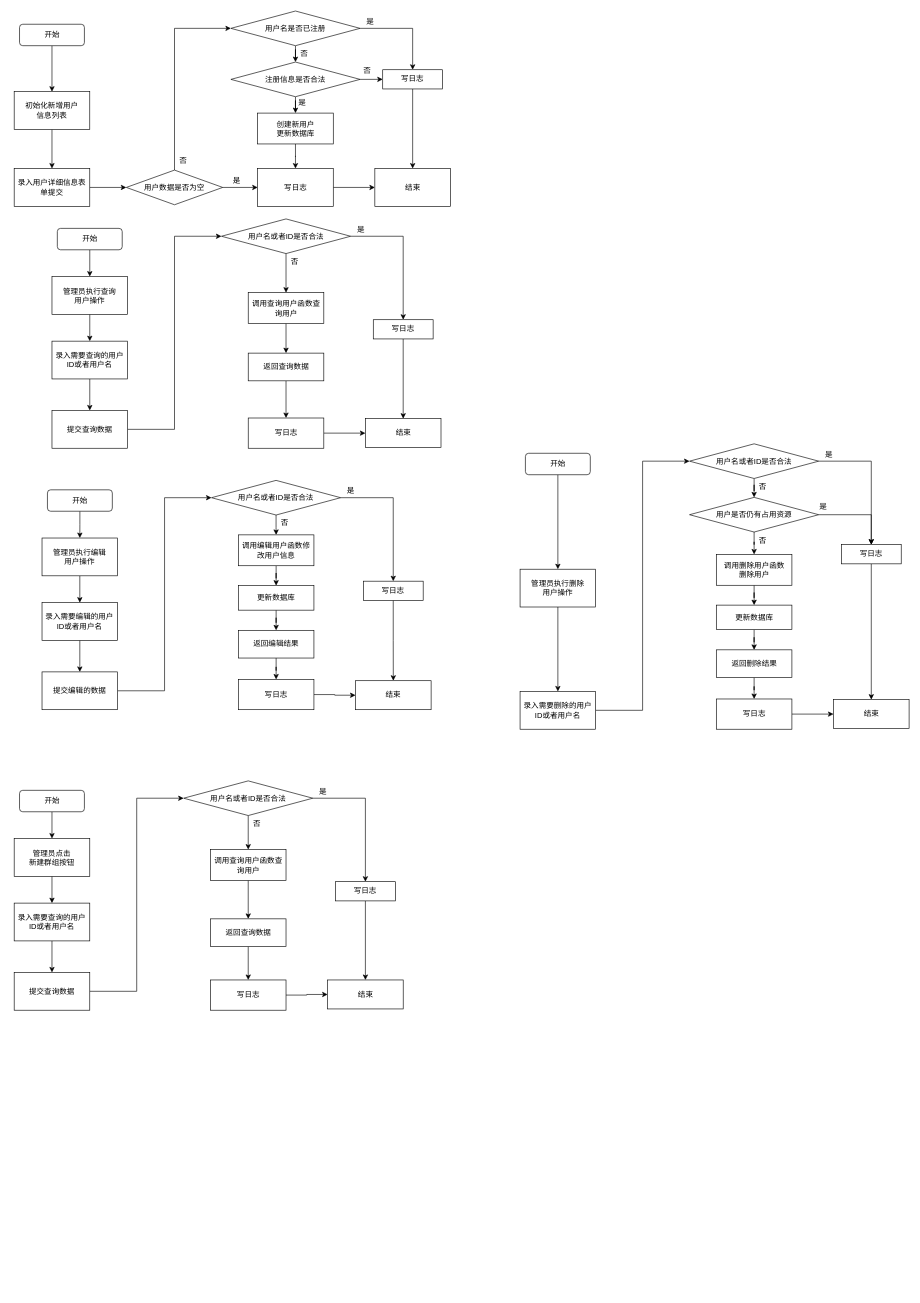
The draw.io diagram 程序逻辑流程图.drawio in ZhihangTang/Cruise, before the edit. Source tidied: cells renumbered, new cells numbered last; positions are measured from the earlier drawing's top-left corner, leaving out a move shared by most shapes. Both pictures are drawn from the tidied source at 63%, with x=0, y=0 at pixel (14, 11).
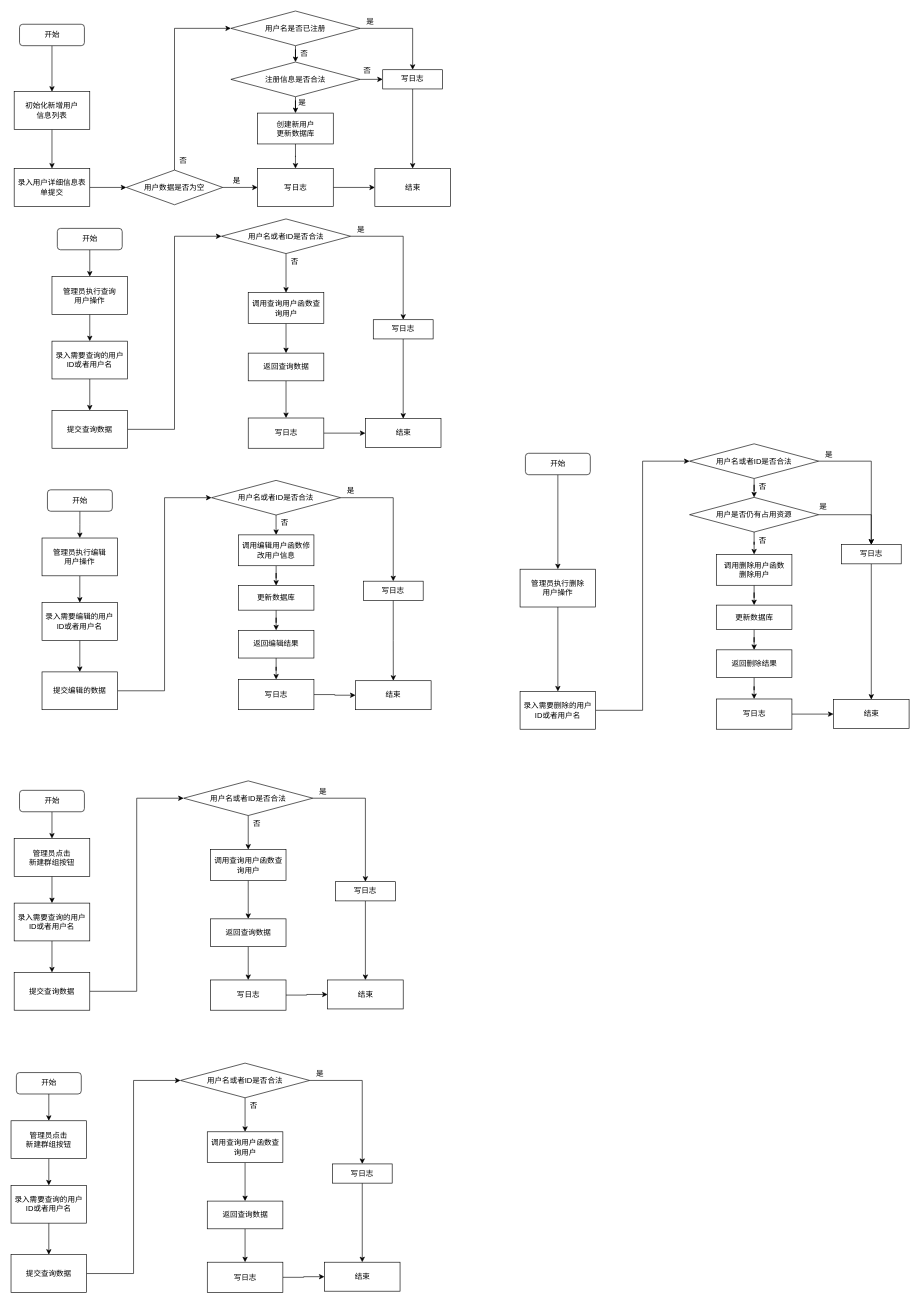
The same diagram, later.

Commit message (it also covers changes not shown here):
Update 程序逻辑流程图.drawio

Diff of the diagram source:
```diff
@@
+    <mxCell id="125" style="edgeStyle=orthogonalEdgeStyle;rounded=0;jettySize=auto;html=1;" parent="1" edge="1" source="126" target="128">
+      <mxGeometry relative="1" as="geometry" />
+    </mxCell>
+    <mxCell id="126" value="开始" style="rounded=1;whiteSpace=wrap;html=1;" parent="1" vertex="1">
+      <mxGeometry x="3.5" y="1685" width="103" height="34" as="geometry" />
+    </mxCell>
+    <mxCell id="127" style="edgeStyle=orthogonalEdgeStyle;rounded=0;jettySize=auto;html=1;" parent="1" edge="1" source="128" target="131">
+      <mxGeometry relative="1" as="geometry" />
+    </mxCell>
+    <mxCell id="128" value="管理员点击&lt;br&gt;新建群组按钮" style="rounded=0;whiteSpace=wrap;html=1;" parent="1" vertex="1">
+      <mxGeometry x="-5" y="1761.5" width="120" height="60" as="geometry" />
+    </mxCell>
+    <mxCell id="129" style="edgeStyle=orthogonalEdgeStyle;rounded=0;jettySize=auto;html=1;exitX=1;exitY=0.5;exitDx=0;exitDy=0;entryX=0;entryY=0.5;entryDx=0;entryDy=0;" parent="1" edge="1" source="144" target="135">
+      <mxGeometry relative="1" as="geometry" />
+    </mxCell>
+    <mxCell id="130" style="edgeStyle=orthogonalEdgeStyle;rounded=0;jettySize=auto;html=1;" parent="1" edge="1" source="131" target="144">
+      <mxGeometry relative="1" as="geometry" />
+    </mxCell>
+    <mxCell id="131" value="录入需要查询的用户ID或者用户名" style="rounded=0;whiteSpace=wrap;html=1;" parent="1" vertex="1">
+      <mxGeometry x="-5" y="1864" width="120" height="60" as="geometry" />
+    </mxCell>
+    <mxCell id="132" value="结束" style="whiteSpace=wrap;html=1;" parent="1" vertex="1">
+      <mxGeometry x="492.5" y="1986" width="120" height="46" as="geometry" />
+    </mxCell>
+    <mxCell id="133" style="edgeStyle=orthogonalEdgeStyle;rounded=0;jettySize=auto;html=1;entryX=0.5;entryY=0;entryDx=0;entryDy=0;" parent="1" edge="1" source="135" target="139">
+      <mxGeometry relative="1" as="geometry" />
+    </mxCell>
+    <mxCell id="134" style="edgeStyle=orthogonalEdgeStyle;rounded=0;jettySize=auto;html=1;exitX=1;exitY=0.5;exitDx=0;exitDy=0;entryX=0.5;entryY=0;entryDx=0;entryDy=0;" parent="1" edge="1" source="135" target="141">
+      <mxGeometry relative="1" as="geometry" />
+    </mxCell>
+    <mxCell id="135" value="用户名或者ID是否合法" style="rhombus;whiteSpace=wrap;html=1;" parent="1" vertex="1">
+      <mxGeometry x="264" y="1670" width="205" height="55" as="geometry" />
+    </mxCell>
+    <mxCell id="136" style="edgeStyle=orthogonalEdgeStyle;rounded=0;jettySize=auto;html=1;exitX=1;exitY=0.5;exitDx=0;exitDy=0;entryX=0;entryY=0.5;entryDx=0;entryDy=0;" parent="1" edge="1" source="137" target="132">
+      <mxGeometry relative="1" as="geometry" />
+    </mxCell>
+    <mxCell id="137" value="写日志" style="whiteSpace=wrap;html=1;" parent="1" vertex="1">
+      <mxGeometry x="306.5" y="1986" width="120" height="48" as="geometry" />
+    </mxCell>
+    <mxCell id="138" style="edgeStyle=orthogonalEdgeStyle;rounded=0;jettySize=auto;html=1;" parent="1" edge="1" source="139" target="146">
+      <mxGeometry relative="1" as="geometry" />
+    </mxCell>
+    <mxCell id="139" value="调用查询用户函数查询用户" style="whiteSpace=wrap;html=1;" parent="1" vertex="1">
+      <mxGeometry x="306.5" y="1779" width="120" height="49" as="geometry" />
+    </mxCell>
+    <mxCell id="140" style="edgeStyle=orthogonalEdgeStyle;rounded=0;jettySize=auto;html=1;exitX=0.5;exitY=1;exitDx=0;exitDy=0;" parent="1" edge="1" source="141" target="132">
+      <mxGeometry relative="1" as="geometry" />
+    </mxCell>
+    <mxCell id="141" value="写日志" style="whiteSpace=wrap;html=1;" parent="1" vertex="1">
+      <mxGeometry x="505" y="1830" width="95" height="30.5" as="geometry" />
+    </mxCell>
+    <mxCell id="142" value="否" style="text;html=1;align=center;verticalAlign=middle;strokeColor=none;fillColor=none;" parent="1" vertex="1">
+      <mxGeometry x="369" y="1729" width="22" height="18" as="geometry" />
+    </mxCell>
+    <mxCell id="143" value="是" style="text;html=1;align=center;verticalAlign=middle;strokeColor=none;fillColor=none;" parent="1" vertex="1">
+      <mxGeometry x="474" y="1678" width="22" height="18" as="geometry" />
+    </mxCell>
+    <mxCell id="144" value="提交查询数据" style="rounded=0;whiteSpace=wrap;html=1;" parent="1" vertex="1">
+      <mxGeometry x="-5" y="1974" width="120" height="60" as="geometry" />
+    </mxCell>
+    <mxCell id="145" style="edgeStyle=orthogonalEdgeStyle;rounded=0;jettySize=auto;html=1;exitX=0.5;exitY=1;exitDx=0;exitDy=0;" parent="1" edge="1" source="146" target="137">
+      <mxGeometry relative="1" as="geometry" />
+    </mxCell>
+    <mxCell id="146" value="返回查询数据" style="whiteSpace=wrap;html=1;" parent="1" vertex="1">
+      <mxGeometry x="306.5" y="1889" width="120" height="44" as="geometry" />
+    </mxCell>
```
